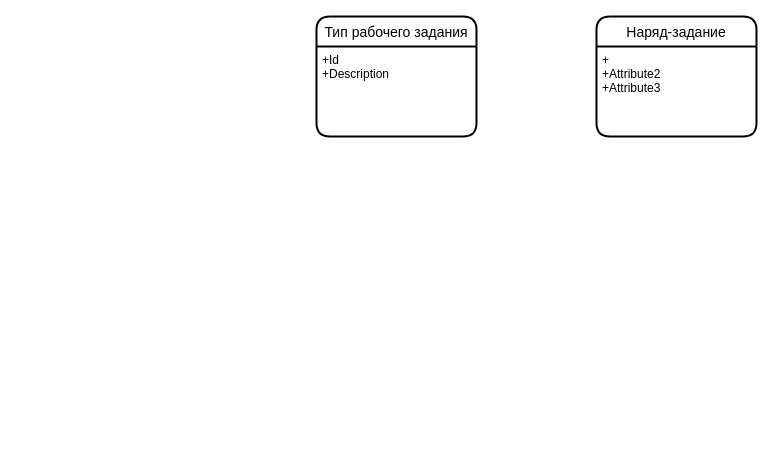
Before: page "DB" (4 of 6) of maint/Рабочее задание.drawio in tvolodi-ab/ASCOA, a draw.io diagram. Source tidied: cells renumbered, new cells numbered last; positions are measured from the earlier drawing's top-left corner, leaving out a move shared by most shapes. Both pictures are drawn from the tidied source at 100%, with x=0, y=0 at pixel (316, 16).
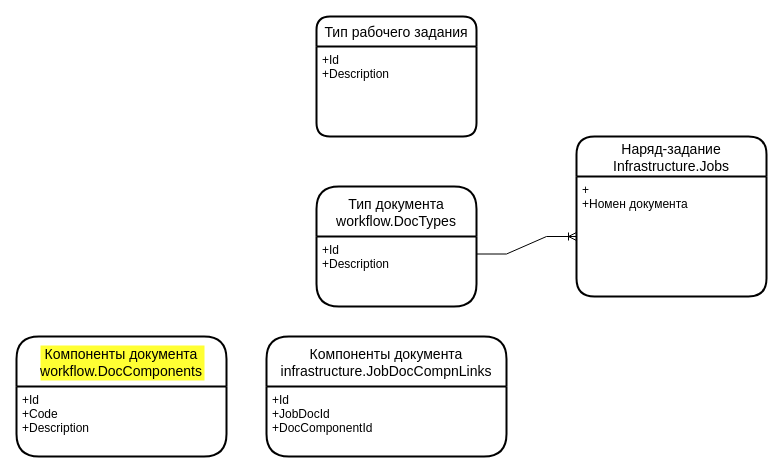
The same diagram, later.

Change to the diagram source:
```diff
@@
 <mxGraphModel>
   <root>
     <mxCell id="0" />
     <mxCell id="1" parent="0" />
     <mxCell id="2" value="Тип рабочего задания" style="swimlane;horizontal=1;startSize=30;rounded=1;fontSize=14;fontStyle=0;strokeWidth=2;shadow=0;dashed=0;align=center;labelBackgroundColor=none;fontColor=#000000;fillColor=#FFFFFF;gradientColor=none;gradientDirection=north;" parent="1" vertex="1">
       <mxGeometry width="160" height="120" as="geometry" />
     </mxCell>
     <mxCell id="3" value="+Id&#10;+Description" style="align=left;strokeColor=none;fillColor=none;spacingLeft=4;fontSize=12;verticalAlign=top;labelBackgroundColor=none;fontColor=#000000;" parent="2" vertex="1">
       <mxGeometry y="30" width="160" height="90" as="geometry" />
     </mxCell>
-    <mxCell id="4" value="Наряд-задание" style="swimlane;horizontal=1;startSize=30;rounded=1;fontSize=14;fontStyle=0;strokeWidth=2;shadow=0;dashed=0;align=center;labelBackgroundColor=none;fontColor=#000000;fillColor=#FFFFFF;gradientColor=none;gradientDirection=north;" parent="1" vertex="1">
-      <mxGeometry x="280" width="160" height="120" as="geometry" />
+    <mxCell id="4" value="Наряд-задание&#10;Infrastructure.Jobs" style="swimlane;horizontal=1;startSize=40;rounded=1;fontSize=14;fontStyle=0;strokeWidth=2;shadow=0;dashed=0;align=center;labelBackgroundColor=none;fontColor=#000000;fillColor=#FFFFFF;gradientColor=none;gradientDirection=north;" parent="1" vertex="1">
+      <mxGeometry x="260" y="120" width="190" height="160" as="geometry" />
     </mxCell>
-    <mxCell id="5" value="+&#10;+Attribute2&#10;+Attribute3" style="align=left;strokeColor=none;fillColor=none;spacingLeft=4;fontSize=12;verticalAlign=top;labelBackgroundColor=none;fontColor=#000000;" parent="4" vertex="1">
-      <mxGeometry y="30" width="160" height="90" as="geometry" />
+    <mxCell id="5" value="+&#10;+Номен документа" style="align=left;strokeColor=none;fillColor=none;spacingLeft=4;fontSize=12;verticalAlign=top;labelBackgroundColor=none;fontColor=#000000;" parent="4" vertex="1">
+      <mxGeometry y="40" width="190" height="120" as="geometry" />
     </mxCell>
+    <mxCell id="6" value="Тип документа&#10;workflow.DocTypes" style="swimlane;horizontal=1;startSize=50;rounded=1;fontSize=14;fontStyle=0;strokeWidth=2;shadow=0;dashed=0;align=center;labelBackgroundColor=none;fontColor=#000000;fillColor=#FFFFFF;gradientColor=none;gradientDirection=north;" parent="1" vertex="1">
+      <mxGeometry y="170" width="160" height="120" as="geometry" />
+    </mxCell>
+    <mxCell id="7" value="+Id&#10;+Description" style="align=left;strokeColor=none;fillColor=none;spacingLeft=4;fontSize=12;verticalAlign=top;labelBackgroundColor=none;fontColor=#000000;" parent="6" vertex="1">
+      <mxGeometry y="50" width="160" height="70" as="geometry" />
+    </mxCell>
+    <mxCell id="8" style="edgeStyle=entityRelationEdgeStyle;fontSize=12;html=1;endArrow=ERoneToMany;rounded=0;exitX=1;exitY=0.25;exitDx=0;exitDy=0;entryX=0;entryY=0.5;entryDx=0;entryDy=0;" parent="1" edge="1" source="7" target="5">
+      <mxGeometry relative="1" as="geometry" />
+    </mxCell>
+    <mxCell id="9" value="Компоненты документа&#10;workflow.DocComponents" style="swimlane;horizontal=1;startSize=50;rounded=1;fontSize=14;fontStyle=0;strokeWidth=2;shadow=0;dashed=0;align=center;labelBackgroundColor=#FFFF33;fontColor=#000000;fillColor=#FFFFFF;gradientColor=none;gradientDirection=north;" parent="1" vertex="1">
+      <mxGeometry x="-300" y="320" width="210" height="120" as="geometry" />
+    </mxCell>
+    <mxCell id="10" value="+Id&#10;+Code&#10;+Description" style="align=left;strokeColor=none;fillColor=none;spacingLeft=4;fontSize=12;verticalAlign=top;labelBackgroundColor=none;fontColor=#000000;" parent="9" vertex="1">
+      <mxGeometry y="50" width="210" height="70" as="geometry" />
+    </mxCell>
+    <mxCell id="11" value="Компоненты документа&#10;infrastructure.JobDocCompnLinks" style="swimlane;horizontal=1;startSize=50;rounded=1;fontSize=14;fontStyle=0;strokeWidth=2;shadow=0;dashed=0;align=center;labelBackgroundColor=none;fontColor=#000000;fillColor=#FFFFFF;gradientColor=none;gradientDirection=north;" parent="1" vertex="1">
+      <mxGeometry x="-50" y="320" width="240" height="120" as="geometry" />
+    </mxCell>
+    <mxCell id="12" value="+Id&#10;+JobDocId&#10;+DocComponentId" style="align=left;strokeColor=none;fillColor=none;spacingLeft=4;fontSize=12;verticalAlign=top;labelBackgroundColor=none;fontColor=#000000;" parent="11" vertex="1">
+      <mxGeometry y="50" width="240" height="70" as="geometry" />
+    </mxCell>
   </root>
 </mxGraphModel>
```
